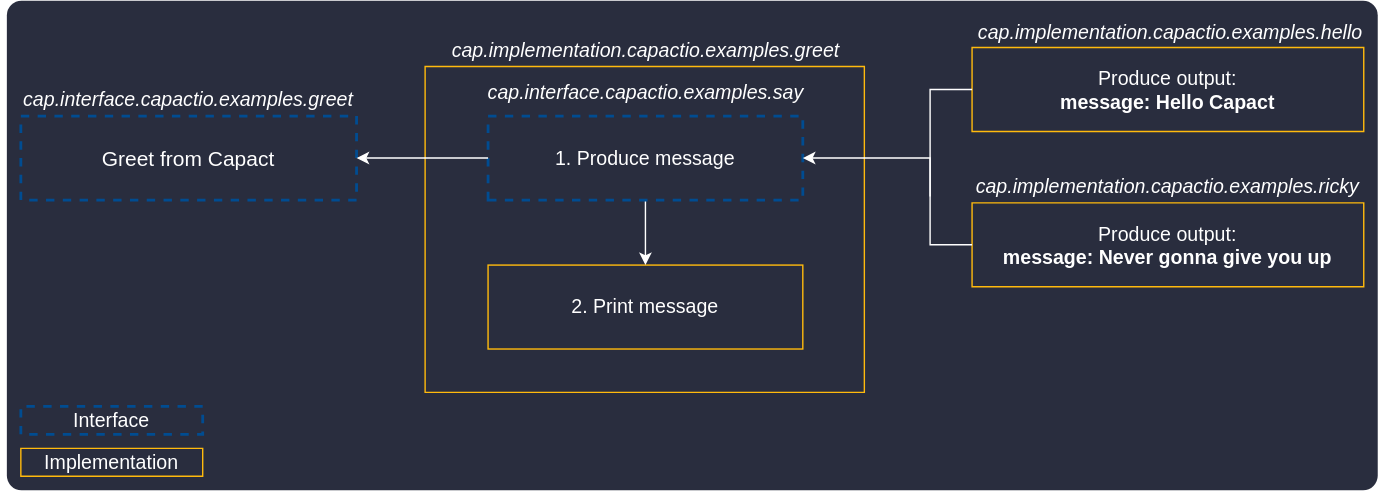
capactio/website keeps this draw.io diagram as static/blog/2022-01-19/greet-manifests-dark.svg. Above is the earlier version. Source tidied: cells renumbered, new cells last; positions are measured from the earlier drawing's top-left corner, leaving out a move shared by most shapes.
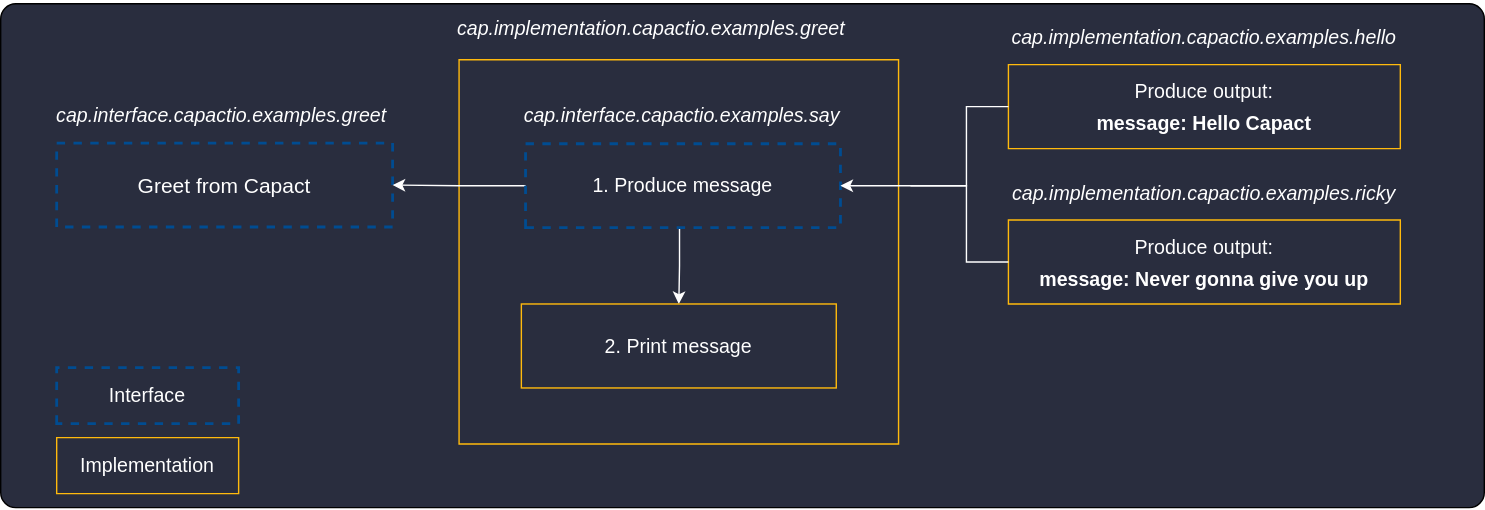
After the commit.

What changed in the source:
```diff
@@ -2,70 +2,73 @@
   <root>
     <mxCell id="0" />
     <mxCell id="1" parent="0" />
-    <mxCell id="2" style="rounded=1;whiteSpace=wrap;html=1;strokeColor=none;fillColor=#292D3E;arcSize=3;" parent="1" vertex="1">
-      <mxGeometry width="980" height="350" as="geometry" />
-    </mxCell>
+    <mxCell id="20" style="rounded=1;whiteSpace=wrap;html=1;fillColor=#292D3E;arcSize=3;" parent="1" vertex="1">
+      <mxGeometry x="-30" y="-10" width="1060" height="360" as="geometry" />
+    </mxCell>
-    <mxCell id="3" value="&lt;font style=&quot;font-size: 14px&quot;&gt;Produce output:&lt;br&gt;&lt;span style=&quot;&quot;&gt;&lt;b&gt;message: Hello Capact&lt;/b&gt;&lt;/span&gt;&lt;/font&gt;" style="shape=parallelogram;perimeter=parallelogramPerimeter;whiteSpace=wrap;html=1;fixedSize=1;strokeColor=#FFBA0D;spacing=15;size=-10;fillColor=none;fontColor=#FFFFFF;labelBackgroundColor=none;" parent="1" vertex="1">
+    <mxCell id="3" value="&lt;font style=&quot;font-size: 14px ; line-height: 1.6&quot;&gt;Produce output:&lt;br&gt;&lt;span style=&quot;&quot;&gt;&lt;b&gt;message: Hello Capact&lt;/b&gt;&lt;/span&gt;&lt;/font&gt;" style="shape=parallelogram;perimeter=parallelogramPerimeter;whiteSpace=wrap;html=1;fixedSize=1;strokeColor=#FFBA0D;spacing=15;size=-10;fillColor=none;fontColor=#FFFFFF;labelBackgroundColor=none;" parent="1" vertex="1">
       <mxGeometry x="690" y="33.5" width="280" height="60" as="geometry" />
     </mxCell>
-    <mxCell id="4" value="&lt;font style=&quot;font-size: 14px&quot;&gt;Produce output:&lt;br&gt;&lt;span style=&quot;&quot;&gt;&lt;b&gt;message: Never gonna give you up&lt;/b&gt;&lt;/span&gt;&lt;/font&gt;" style="shape=parallelogram;perimeter=parallelogramPerimeter;whiteSpace=wrap;html=1;fixedSize=1;strokeColor=#FFBA0D;spacingRight=0;spacingLeft=0;spacing=15;size=-30;fillColor=none;fontColor=#FFFFFF;labelBackgroundColor=none;" parent="1" vertex="1">
+    <mxCell id="4" value="&lt;font style=&quot;font-size: 14px ; line-height: 1.6&quot;&gt;Produce output:&lt;br&gt;&lt;span style=&quot;&quot;&gt;&lt;b&gt;message: Never gonna give you up&lt;/b&gt;&lt;/span&gt;&lt;/font&gt;" style="shape=parallelogram;perimeter=parallelogramPerimeter;whiteSpace=wrap;html=1;fixedSize=1;strokeColor=#FFBA0D;spacingRight=0;spacingLeft=0;spacing=15;size=-30;fillColor=none;fontColor=#FFFFFF;labelBackgroundColor=none;" parent="1" vertex="1">
       <mxGeometry x="690" y="144.5" width="280" height="60" as="geometry" />
     </mxCell>
     <mxCell id="5" style="endArrow=none;html=1;exitX=0;exitY=0.5;exitDx=0;exitDy=0;jumpStyle=none;edgeStyle=orthogonalEdgeStyle;rounded=0;endFill=0;strokeColor=#FFFFFF;" parent="1" edge="1" source="3">
       <mxGeometry relative="1" as="geometry">
-        <mxPoint x="660" y="140" as="targetPoint" />
+        <mxPoint x="620" y="120" as="targetPoint" />
         <Array as="points">
           <mxPoint x="660" y="64" />
           <mxPoint x="660" y="120" />
         </Array>
       </mxGeometry>
     </mxCell>
-    <mxCell id="6" value="&lt;p&gt;&lt;span style=&quot;font-weight: 400 ; letter-spacing: normal ; text-indent: 0px ; text-transform: none ; word-spacing: 0px ; display: inline ; float: none&quot;&gt;&lt;i&gt;&lt;font style=&quot;font-size: 14px&quot;&gt;cap.implementation.capactio.examples.hello&lt;/font&gt;&lt;/i&gt;&lt;/span&gt;&lt;/p&gt;" style="text;whiteSpace=wrap;html=1;fontSize=11;fontColor=#FFFFFF;verticalAlign=middle;align=center;strokeColor=none;labelBackgroundColor=none;" parent="1" vertex="1">
-      <mxGeometry x="712" y="8" width="240" height="30" as="geometry" />
+    <mxCell id="6" value="&lt;p&gt;&lt;span style=&quot;font-weight: 400; letter-spacing: normal; text-indent: 0px; text-transform: none; word-spacing: 0px; display: inline; float: none;&quot;&gt;&lt;i&gt;&lt;font style=&quot;font-size: 14px&quot;&gt;cap.implementation.capactio.examples.hello&lt;/font&gt;&lt;/i&gt;&lt;/span&gt;&lt;/p&gt;" style="text;whiteSpace=wrap;html=1;fontSize=11;fontColor=#FFFFFF;verticalAlign=middle;align=center;fillColor=none;strokeColor=none;labelBackgroundColor=none;" parent="1" vertex="1">
+      <mxGeometry x="710" y="-1.2" width="240" height="30" as="geometry" />
     </mxCell>
-    <mxCell id="7" value="&lt;p&gt;&lt;span style=&quot;font-weight: 400 ; letter-spacing: normal ; text-indent: 0px ; text-transform: none ; word-spacing: 0px ; display: inline ; float: none&quot;&gt;&lt;i&gt;&lt;font style=&quot;font-size: 14px&quot;&gt;cap.implementation.capactio.examples.ricky&lt;/font&gt;&lt;/i&gt;&lt;/span&gt;&lt;/p&gt;" style="text;whiteSpace=wrap;html=1;fontSize=11;align=center;verticalAlign=middle;fontColor=#FFFFFF;strokeColor=none;labelBackgroundColor=none;" parent="1" vertex="1">
-      <mxGeometry x="700" y="118" width="260" height="30" as="geometry" />
+    <mxCell id="7" value="&lt;p&gt;&lt;span style=&quot;font-weight: 400; letter-spacing: normal; text-indent: 0px; text-transform: none; word-spacing: 0px; display: inline; float: none;&quot;&gt;&lt;i&gt;&lt;font style=&quot;font-size: 14px&quot;&gt;cap.implementation.capactio.examples.ricky&lt;/font&gt;&lt;/i&gt;&lt;/span&gt;&lt;/p&gt;" style="text;whiteSpace=wrap;html=1;fontSize=11;align=center;verticalAlign=middle;fontColor=#FFFFFF;fillColor=none;strokeColor=none;labelBackgroundColor=none;" parent="1" vertex="1">
+      <mxGeometry x="700" y="111" width="260" height="30" as="geometry" />
     </mxCell>
     <mxCell id="8" value="&lt;font style=&quot;font-size: 15px&quot;&gt;Greet from Capact&lt;/font&gt;" style="shape=parallelogram;perimeter=parallelogramPerimeter;whiteSpace=wrap;html=1;fixedSize=1;dashed=1;strokeColor=#004C91;size=-20;strokeWidth=2;fillColor=none;fontColor=#FFFFFF;" parent="1" vertex="1">
-      <mxGeometry x="10" y="82.5" width="240" height="60" as="geometry" />
+      <mxGeometry x="10" y="89.5" width="240" height="60" as="geometry" />
     </mxCell>
-    <mxCell id="9" value="&lt;p style=&quot;box-sizing: border-box ; margin-top: 0px ; margin-bottom: 0px ; overflow-wrap: normal ; padding: 16px ; overflow: auto ; line-height: 1.45 ; border-radius: 6px ; word-break: normal ; font-weight: 400 ; letter-spacing: normal ; text-indent: 0px ; text-transform: none ; word-spacing: 0px&quot;&gt;&lt;font size=&quot;1&quot;&gt;&lt;i style=&quot;font-size: 14px&quot;&gt;cap.interface.capactio.examples.greet&lt;/i&gt;&lt;/font&gt;&lt;/p&gt;" style="text;whiteSpace=wrap;html=1;align=center;verticalAlign=middle;fontColor=#FFFFFF;strokeColor=none;" parent="1" vertex="1">
-      <mxGeometry y="60.5" width="260" height="20" as="geometry" />
+    <mxCell id="9" value="&lt;p style=&quot;box-sizing: border-box ; margin-top: 0px ; margin-bottom: 0px ; overflow-wrap: normal ; padding: 16px ; overflow: auto ; line-height: 1.45 ; border-radius: 6px ; word-break: normal ; font-weight: 400 ; letter-spacing: normal ; text-indent: 0px ; text-transform: none ; word-spacing: 0px&quot;&gt;&lt;font size=&quot;1&quot;&gt;&lt;i style=&quot;font-size: 14px&quot;&gt;cap.interface.capactio.examples.greet&lt;/i&gt;&lt;/font&gt;&lt;/p&gt;" style="text;whiteSpace=wrap;html=1;align=center;verticalAlign=middle;fontColor=#FFFFFF;" parent="1" vertex="1">
+      <mxGeometry x="-2" y="59.5" width="260" height="20" as="geometry" />
     </mxCell>
     <mxCell id="10" value="&lt;font style=&quot;font-size: 14px&quot;&gt;Implementation&lt;/font&gt;" style="shape=parallelogram;perimeter=parallelogramPerimeter;whiteSpace=wrap;html=1;fixedSize=1;strokeColor=#FFBA0D;spacing=15;size=-30;fillColor=none;fontColor=#FFFFFF;" parent="1" vertex="1">
-      <mxGeometry x="10" y="320" width="130" height="20" as="geometry" />
+      <mxGeometry x="10" y="300" width="130" height="40" as="geometry" />
     </mxCell>
     <mxCell id="11" value="&lt;font style=&quot;font-size: 14px&quot;&gt;Interface&lt;/font&gt;" style="shape=parallelogram;perimeter=parallelogramPerimeter;whiteSpace=wrap;html=1;fixedSize=1;strokeColor=#004C91;spacing=15;dashed=1;size=-30;strokeWidth=2;fillColor=none;fontColor=#FFFFFF;" parent="1" vertex="1">
-      <mxGeometry x="10" y="290" width="130" height="20" as="geometry" />
+      <mxGeometry x="10" y="250" width="130" height="40" as="geometry" />
     </mxCell>
     <mxCell id="12" style="shape=parallelogram;perimeter=parallelogramPerimeter;whiteSpace=wrap;html=1;fixedSize=1;strokeColor=#FFBA0D;spacing=15;size=-39;fillColor=none;" parent="1" vertex="1">
-      <mxGeometry x="299" y="47" width="314" height="233" as="geometry" />
+      <mxGeometry x="297.5" y="30" width="314" height="274.5" as="geometry" />
     </mxCell>
+    <mxCell id="21" style="edgeStyle=orthogonalEdgeStyle;rounded=0;jettySize=auto;html=1;entryX=0.5;entryY=0;entryDx=0;entryDy=0;strokeColor=#FFFFFF;" parent="1" edge="1" target="13">
+      <mxGeometry relative="1" as="geometry">
+        <mxPoint x="455" y="150" as="sourcePoint" />
+      </mxGeometry>
+    </mxCell>
     <mxCell id="13" value="&lt;font style=&quot;font-size: 14px&quot;&gt;2. Print message&lt;/font&gt;" style="rounded=0;whiteSpace=wrap;html=1;strokeColor=#FFBA0D;align=center;fillColor=none;fontColor=#FFFFFF;" parent="1" vertex="1">
-      <mxGeometry x="344" y="189" width="225" height="60" as="geometry" />
+      <mxGeometry x="342" y="204.5" width="225" height="60" as="geometry" />
     </mxCell>
-    <mxCell id="14" style="edgeStyle=orthogonalEdgeStyle;rounded=0;jettySize=auto;html=1;exitX=0.5;exitY=1;exitDx=0;exitDy=0;entryX=0.5;entryY=0;entryDx=0;entryDy=0;strokeColor=#FFFFFF;" parent="1" edge="1" source="15" target="13">
-      <mxGeometry relative="1" as="geometry" />
-    </mxCell>
+    <mxCell id="19" style="edgeStyle=orthogonalEdgeStyle;rounded=0;jettySize=auto;html=1;exitX=0;exitY=0.5;exitDx=0;exitDy=0;entryX=1;entryY=0.5;entryDx=0;entryDy=0;fontColor=#004C91;strokeColor=#FFFFFF;" parent="1" edge="1" source="15" target="8">
+      <mxGeometry relative="1" as="geometry" />
+    </mxCell>
     <mxCell id="15" value="&lt;font style=&quot;font-size: 14px&quot;&gt;1. Produce message&lt;/font&gt;" style="shape=parallelogram;perimeter=parallelogramPerimeter;whiteSpace=wrap;html=1;fixedSize=1;dashed=1;strokeColor=#004C91;size=-25;strokeWidth=2;fillColor=none;fontColor=#FFFFFF;" parent="1" vertex="1">
-      <mxGeometry x="344" y="82.5" width="225" height="60" as="geometry" />
+      <mxGeometry x="345" y="90" width="225" height="60" as="geometry" />
     </mxCell>
-    <mxCell id="16" value="&lt;p style=&quot;box-sizing: border-box ; margin-top: 0px ; margin-bottom: 0px ; overflow-wrap: normal ; padding: 16px ; overflow: auto ; line-height: 1.45 ; border-radius: 6px ; word-break: normal ; font-weight: 400 ; letter-spacing: normal ; text-indent: 0px ; text-transform: none ; word-spacing: 0px&quot;&gt;&lt;font size=&quot;1&quot;&gt;&lt;i style=&quot;font-size: 14px&quot;&gt;cap.interface.capactio.examples.say&lt;/i&gt;&lt;/font&gt;&lt;/p&gt;" style="text;whiteSpace=wrap;html=1;align=center;verticalAlign=middle;fontColor=#FFFFFF;strokeColor=none;" parent="1" vertex="1">
-      <mxGeometry x="327" y="55.5" width="260" height="20" as="geometry" />
+    <mxCell id="16" value="&lt;p style=&quot;box-sizing: border-box ; margin-top: 0px ; margin-bottom: 0px ; overflow-wrap: normal ; padding: 16px ; overflow: auto ; line-height: 1.45 ; border-radius: 6px ; word-break: normal ; font-weight: 400 ; letter-spacing: normal ; text-indent: 0px ; text-transform: none ; word-spacing: 0px&quot;&gt;&lt;font size=&quot;1&quot;&gt;&lt;i style=&quot;font-size: 14px&quot;&gt;cap.interface.capactio.examples.say&lt;/i&gt;&lt;/font&gt;&lt;/p&gt;" style="text;whiteSpace=wrap;html=1;align=center;verticalAlign=middle;fontColor=#FFFFFF;" parent="1" vertex="1">
+      <mxGeometry x="327" y="59.5" width="260" height="20" as="geometry" />
     </mxCell>
-    <mxCell id="17" value="&lt;p&gt;&lt;span style=&quot;font-weight: 400; letter-spacing: normal; text-indent: 0px; text-transform: none; word-spacing: 0px; display: inline; float: none;&quot;&gt;&lt;font style=&quot;font-size: 14px&quot;&gt;cap.implementation.capactio.examples.greet&lt;/font&gt;&lt;/span&gt;&lt;/p&gt;" style="text;whiteSpace=wrap;html=1;fontSize=12;fontFamily=Helvetica;fontColor=#FFFFFF;align=center;verticalAlign=middle;fontStyle=2;strokeColor=none;fillColor=none;labelBackgroundColor=none;" parent="1" vertex="1">
-      <mxGeometry x="332" y="28" width="250" height="15.5" as="geometry" />
+    <mxCell id="17" value="&lt;p&gt;&lt;span style=&quot;font-weight: 400; letter-spacing: normal; text-indent: 0px; text-transform: none; word-spacing: 0px; display: inline; float: none;&quot;&gt;&lt;font style=&quot;font-size: 14px&quot;&gt;cap.implementation.capactio.examples.greet&lt;/font&gt;&lt;/span&gt;&lt;/p&gt;" style="text;whiteSpace=wrap;html=1;fontSize=12;fontFamily=Helvetica;fontColor=#FFFFFF;align=center;verticalAlign=middle;fontStyle=2;fillColor=none;strokeColor=none;labelBackgroundColor=none;" parent="1" vertex="1">
+      <mxGeometry x="310" width="250" height="15.5" as="geometry" />
     </mxCell>
-    <mxCell id="18" style="endArrow=classic;html=1;exitX=0;exitY=0.5;exitDx=0;exitDy=0;jumpStyle=none;edgeStyle=orthogonalEdgeStyle;rounded=0;strokeColor=#FFFFFF;entryX=1;entryY=0.5;entryDx=0;entryDy=0;" parent="1" edge="1" source="4" target="15">
+    <mxCell id="18" style="endArrow=classic;html=1;exitX=0;exitY=0.5;exitDx=0;exitDy=0;jumpStyle=none;edgeStyle=orthogonalEdgeStyle;rounded=0;strokeColor=#FFFFFF;" parent="1" edge="1" source="4">
       <mxGeometry relative="1" as="geometry">
+        <mxPoint x="570" y="120" as="targetPoint" />
         <Array as="points">
           <mxPoint x="660" y="175" />
-          <mxPoint x="660" y="113" />
+          <mxPoint x="660" y="120" />
         </Array>
       </mxGeometry>
     </mxCell>
-    <mxCell id="19" style="endArrow=classic;html=1;rounded=0;fontColor=default;strokeColor=#FFFFFF;entryX=1;entryY=0.5;entryDx=0;entryDy=0;exitX=0;exitY=0.5;exitDx=0;exitDy=0;" parent="1" edge="1" source="15" target="8">
-      <mxGeometry relative="1" as="geometry" />
-    </mxCell>
   </root>
 </mxGraphModel>
```
